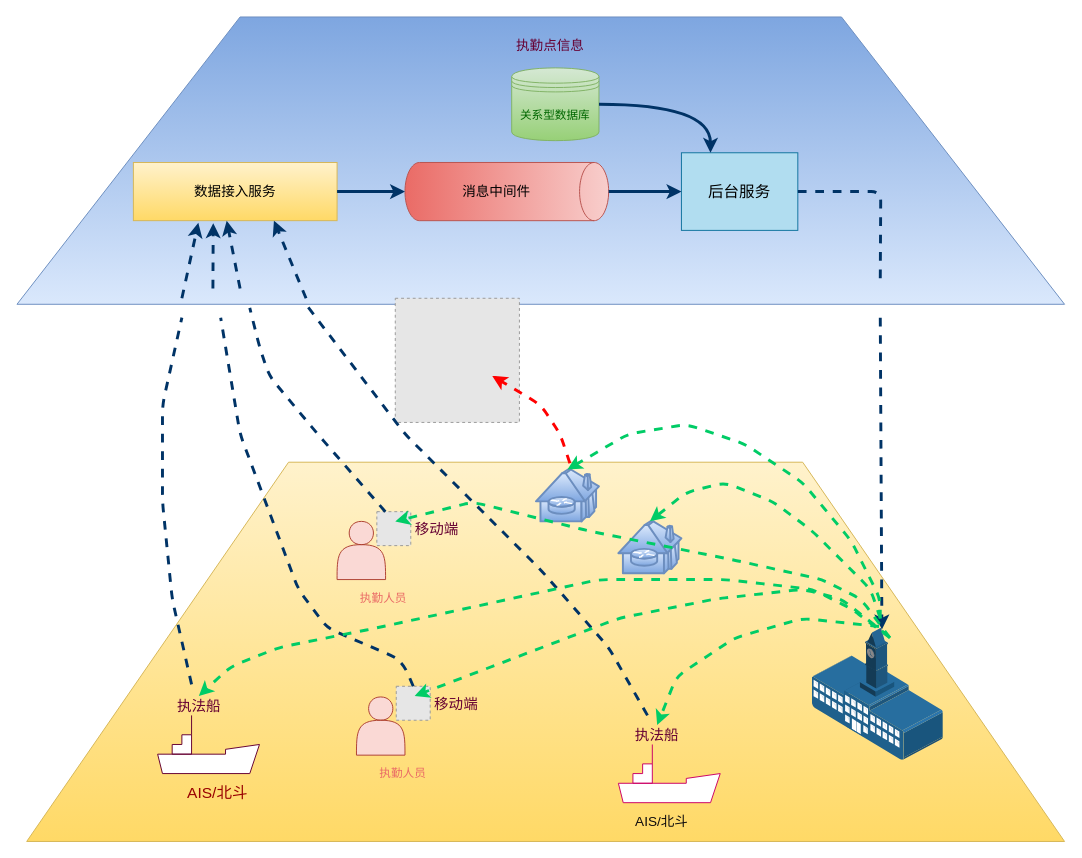
Before: 指挥调度模块.drawio in singleYU/WPF_Docs, a draw.io diagram. Source tidied: cells renumbered, new cells numbered last; positions are measured from the earlier drawing's top-left corner, leaving out a move shared by most shapes. Both pictures are drawn from the tidied source at 97%, with x=0, y=0 at pixel (16, 16). Pictures stored in the file or linked from it are replaced by grey dashed boxes.
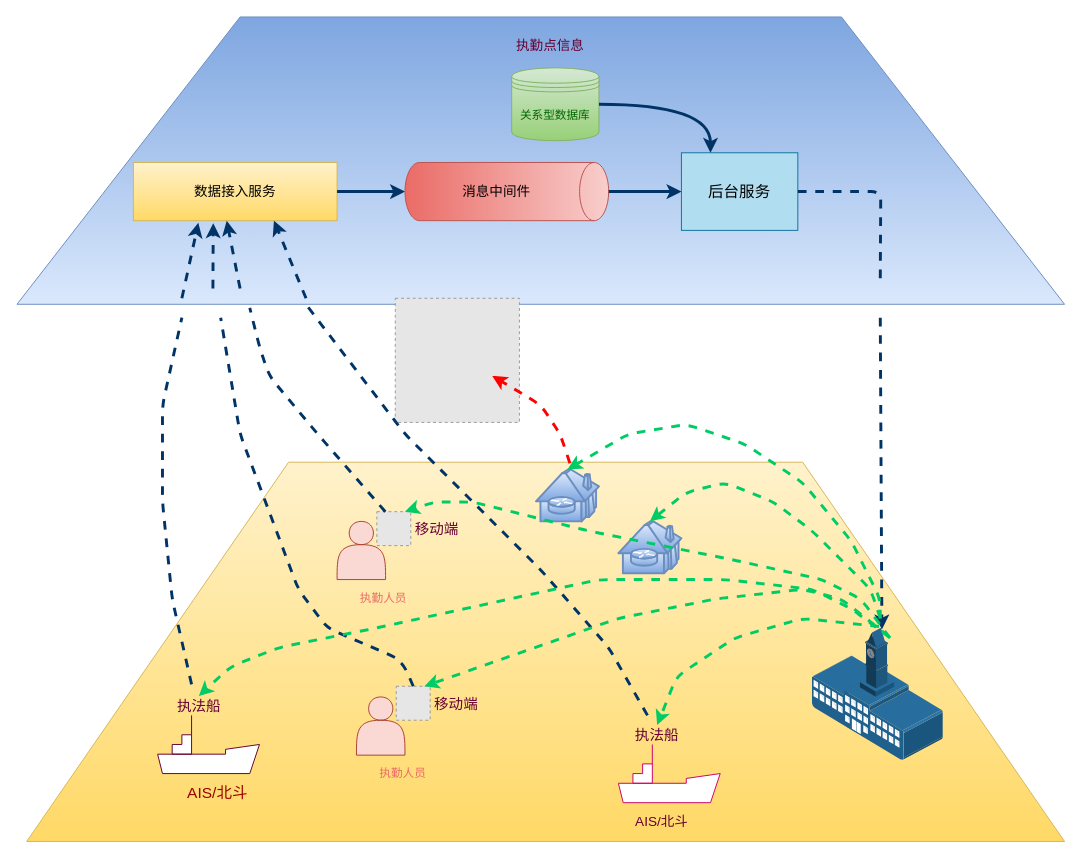
After the change.

Commit message (it also covers changes not shown here):
更新指挥调度模块.drawio

Change to the diagram source:
```diff
@@
-    <mxCell id="12" value="AIS/北斗" style="text;html=1;strokeColor=none;fillColor=none;align=center;verticalAlign=middle;whiteSpace=wrap;rounded=0;fontColor=#0F0C0E;fontSize=14;" parent="1" vertex="1">
+    <mxCell id="12" value="AIS/北斗" style="text;html=1;strokeColor=none;fillColor=none;align=center;verticalAlign=middle;whiteSpace=wrap;rounded=0;fontSize=14;fontColor=#660033;" parent="1" vertex="1">
       <mxGeometry x="635" y="820" width="60" height="20" as="geometry" />
     </mxCell>
@@
     <mxCell id="46" style="endArrow=classic;html=1;dashed=1;fontSize=16;fontColor=#0F0C0E;strokeColor=#00CC66;strokeWidth=3;exitX=0.509;exitY=-0.012;exitDx=0;exitDy=0;exitPerimeter=0;" parent="1" edge="1">
       <mxGeometry relative="1" as="geometry">
         <mxPoint x="898.7" y="638.4" as="sourcePoint" />
-        <mxPoint x="410" y="700" as="targetPoint" />
+        <mxPoint x="420" y="690" as="targetPoint" />
         <Array as="points">
           <mxPoint x="850" y="600" />
           <mxPoint x="810" y="590" />
           <mxPoint x="720" y="600" />
           <mxPoint x="620" y="620" />
         </Array>
       </mxGeometry>
     </mxCell>
     <mxCell id="47" style="endArrow=classic;html=1;dashed=1;fontSize=16;fontColor=#0F0C0E;strokeColor=#00CC66;strokeWidth=3;" parent="1" edge="1">
       <mxGeometry relative="1" as="geometry">
         <mxPoint x="900" y="640" as="sourcePoint" />
-        <mxPoint x="390" y="520" as="targetPoint" />
+        <mxPoint x="400" y="510" as="targetPoint" />
         <Array as="points">
           <mxPoint x="870" y="600" />
           <mxPoint x="830" y="580" />
           <mxPoint x="740" y="560" />
           <mxPoint x="590" y="530" />
           <mxPoint x="470" y="500" />
+          <mxPoint x="430" y="500" />
         </Array>
       </mxGeometry>
     </mxCell>
```
